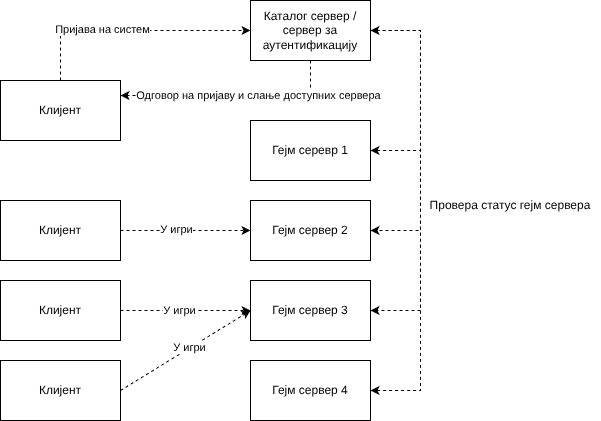
This is slike/katalog_server.png from aleksaaaa02/bachelor-thesis, a draw.io export, as it was before one commit. Source tidied: cells renumbered, new cells last; positions are measured from the earlier drawing's top-left corner, leaving out a move shared by most shapes. Source of this version:
```xml
<mxGraphModel>
  <root>
    <mxCell id="0" />
    <mxCell id="1" parent="0" />
    <mxCell id="2" style="edgeStyle=orthogonalEdgeStyle;rounded=0;jettySize=auto;html=1;exitX=0.5;exitY=0;exitDx=0;exitDy=0;entryX=0;entryY=0.5;entryDx=0;entryDy=0;dashed=1;" parent="1" edge="1" source="4" target="11">
      <mxGeometry relative="1" as="geometry" />
    </mxCell>
    <mxCell id="3" value="Пријава на систем" style="edgeLabel;html=1;align=center;verticalAlign=middle;" parent="2" vertex="1">
      <mxGeometry x="-0.24" y="2" relative="1" as="geometry" />
    </mxCell>
    <mxCell id="4" value="Клијент" style="rounded=0;whiteSpace=wrap;html=1;" parent="1" vertex="1">
      <mxGeometry y="80" width="120" height="60" as="geometry" />
    </mxCell>
    <mxCell id="5" style="edgeStyle=orthogonalEdgeStyle;rounded=0;jettySize=auto;html=1;exitX=1;exitY=0.5;exitDx=0;exitDy=0;entryX=1;entryY=0.5;entryDx=0;entryDy=0;startArrow=classic;startFill=1;dashed=1;" parent="1" edge="1" source="11" target="12">
      <mxGeometry relative="1" as="geometry">
        <Array as="points">
          <mxPoint x="420" y="30" />
          <mxPoint x="420" y="150" />
        </Array>
      </mxGeometry>
    </mxCell>
    <mxCell id="6" style="edgeStyle=orthogonalEdgeStyle;rounded=0;jettySize=auto;html=1;exitX=1;exitY=0.5;exitDx=0;exitDy=0;entryX=1;entryY=0.5;entryDx=0;entryDy=0;dashed=1;" parent="1" edge="1" source="11" target="13">
      <mxGeometry relative="1" as="geometry">
        <Array as="points">
          <mxPoint x="420" y="30" />
          <mxPoint x="420" y="230" />
        </Array>
      </mxGeometry>
    </mxCell>
    <mxCell id="7" style="edgeStyle=orthogonalEdgeStyle;rounded=0;jettySize=auto;html=1;exitX=1;exitY=0.5;exitDx=0;exitDy=0;entryX=1;entryY=0.5;entryDx=0;entryDy=0;dashed=1;" parent="1" edge="1" source="11" target="14">
      <mxGeometry relative="1" as="geometry">
        <Array as="points">
          <mxPoint x="420" y="30" />
          <mxPoint x="420" y="310" />
        </Array>
      </mxGeometry>
    </mxCell>
    <mxCell id="8" style="edgeStyle=orthogonalEdgeStyle;rounded=0;jettySize=auto;html=1;exitX=1;exitY=0.5;exitDx=0;exitDy=0;entryX=1;entryY=0.5;entryDx=0;entryDy=0;startArrow=classic;startFill=1;dashed=1;" parent="1" edge="1" source="11" target="15">
      <mxGeometry relative="1" as="geometry">
        <Array as="points">
          <mxPoint x="420" y="30" />
          <mxPoint x="420" y="390" />
        </Array>
      </mxGeometry>
    </mxCell>
    <mxCell id="9" style="edgeStyle=orthogonalEdgeStyle;rounded=0;jettySize=auto;html=1;exitX=0.5;exitY=1;exitDx=0;exitDy=0;entryX=1;entryY=0.25;entryDx=0;entryDy=0;dashed=1;" parent="1" edge="1" source="11" target="4">
      <mxGeometry relative="1" as="geometry" />
    </mxCell>
    <mxCell id="10" value="Одговор на пријаву и слање доступних сервера" style="edgeLabel;html=1;align=center;verticalAlign=middle;" parent="9" vertex="1">
      <mxGeometry x="-0.22" y="-1" relative="1" as="geometry" />
    </mxCell>
    <mxCell id="11" value="Каталог сервер / сервер за аутентификацију" style="rounded=0;whiteSpace=wrap;html=1;" parent="1" vertex="1">
      <mxGeometry x="250" width="120" height="60" as="geometry" />
    </mxCell>
    <mxCell id="12" value="Гејм серевр 1" style="rounded=0;whiteSpace=wrap;html=1;" parent="1" vertex="1">
      <mxGeometry x="250" y="120" width="120" height="60" as="geometry" />
    </mxCell>
    <mxCell id="13" value="Гејм сервер 2" style="rounded=0;whiteSpace=wrap;html=1;" parent="1" vertex="1">
      <mxGeometry x="250" y="200" width="120" height="60" as="geometry" />
    </mxCell>
    <mxCell id="14" value="Гејм сервер 3" style="rounded=0;whiteSpace=wrap;html=1;" parent="1" vertex="1">
      <mxGeometry x="250" y="280" width="120" height="60" as="geometry" />
    </mxCell>
    <mxCell id="15" value="Гејм сервер 4" style="rounded=0;whiteSpace=wrap;html=1;" parent="1" vertex="1">
      <mxGeometry x="250" y="360" width="120" height="60" as="geometry" />
    </mxCell>
    <mxCell id="16" style="edgeStyle=orthogonalEdgeStyle;rounded=0;jettySize=auto;html=1;exitX=1;exitY=0.5;exitDx=0;exitDy=0;entryX=0;entryY=0.5;entryDx=0;entryDy=0;dashed=1;" parent="1" edge="1" source="18" target="13">
      <mxGeometry relative="1" as="geometry" />
    </mxCell>
    <mxCell id="17" value="У игри" style="edgeLabel;html=1;align=center;verticalAlign=middle;" parent="16" vertex="1">
      <mxGeometry x="-0.15" y="2" relative="1" as="geometry" />
    </mxCell>
    <mxCell id="18" value="Клијент" style="rounded=0;whiteSpace=wrap;html=1;" parent="1" vertex="1">
      <mxGeometry y="200" width="120" height="60" as="geometry" />
    </mxCell>
    <mxCell id="19" style="edgeStyle=orthogonalEdgeStyle;rounded=0;jettySize=auto;html=1;exitX=1;exitY=0.5;exitDx=0;exitDy=0;entryX=0;entryY=0.5;entryDx=0;entryDy=0;dashed=1;" parent="1" edge="1" source="21" target="14">
      <mxGeometry relative="1" as="geometry" />
    </mxCell>
    <mxCell id="20" value="У игри" style="edgeLabel;html=1;align=center;verticalAlign=middle;" parent="19" vertex="1">
      <mxGeometry x="-0.11" y="1" relative="1" as="geometry" />
    </mxCell>
    <mxCell id="21" value="Клијент" style="rounded=0;whiteSpace=wrap;html=1;" parent="1" vertex="1">
      <mxGeometry y="280" width="120" height="60" as="geometry" />
    </mxCell>
    <mxCell id="22" style="rounded=0;jettySize=auto;html=1;exitX=1;exitY=0.5;exitDx=0;exitDy=0;dashed=1;" parent="1" edge="1" source="24">
      <mxGeometry relative="1" as="geometry">
        <mxPoint x="250" y="310" as="targetPoint" />
      </mxGeometry>
    </mxCell>
    <mxCell id="23" value="У игри" style="edgeLabel;html=1;align=center;verticalAlign=middle;" parent="22" vertex="1">
      <mxGeometry x="0.07" relative="1" as="geometry">
        <mxPoint y="-1" as="offset" />
      </mxGeometry>
    </mxCell>
    <mxCell id="24" value="Клијент" style="rounded=0;whiteSpace=wrap;html=1;" parent="1" vertex="1">
      <mxGeometry y="360" width="120" height="60" as="geometry" />
    </mxCell>
    <mxCell id="25" value="Провера статус гејм сервера" style="text;html=1;whiteSpace=wrap;strokeColor=none;fillColor=none;align=center;verticalAlign=middle;rounded=0;" parent="1" vertex="1">
      <mxGeometry x="420" y="190" width="180" height="30" as="geometry" />
    </mxCell>
  </root>
</mxGraphModel>
```
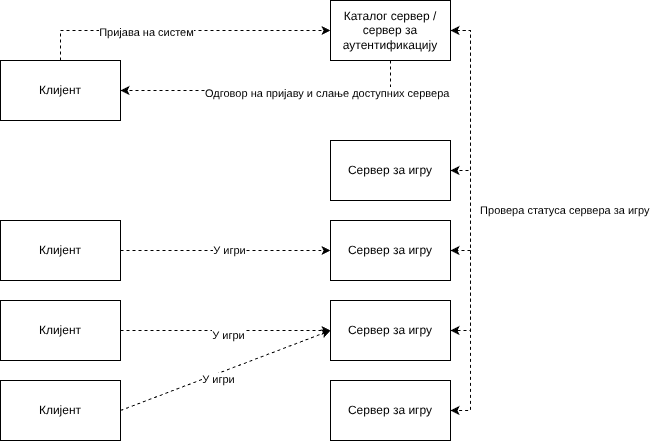
The same file after the commit.

What changed in the source:
```diff
@@ -2,101 +2,77 @@
   <root>
     <mxCell id="0" />
     <mxCell id="1" parent="0" />
-    <mxCell id="2" style="edgeStyle=orthogonalEdgeStyle;rounded=0;jettySize=auto;html=1;exitX=0.5;exitY=0;exitDx=0;exitDy=0;entryX=0;entryY=0.5;entryDx=0;entryDy=0;dashed=1;" parent="1" edge="1" source="4" target="11">
-      <mxGeometry relative="1" as="geometry" />
-    </mxCell>
+    <mxCell id="26" style="edgeStyle=orthogonalEdgeStyle;rounded=0;jettySize=auto;html=1;exitX=0.5;exitY=0;exitDx=0;exitDy=0;entryX=0;entryY=0.5;entryDx=0;entryDy=0;dashed=1;" parent="1" edge="1" source="27" target="11">
+      <mxGeometry relative="1" as="geometry" />
+    </mxCell>
-    <mxCell id="3" value="Пријава на систем" style="edgeLabel;html=1;align=center;verticalAlign=middle;" parent="2" vertex="1">
-      <mxGeometry x="-0.24" y="2" relative="1" as="geometry" />
+    <mxCell id="3" value="Пријава на систем" style="edgeLabel;html=1;align=center;verticalAlign=middle;" parent="26" vertex="1">
+      <mxGeometry x="-0.24" y="-1" relative="1" as="geometry" />
     </mxCell>
-    <mxCell id="4" value="Клијент" style="rounded=0;whiteSpace=wrap;html=1;" parent="1" vertex="1">
-      <mxGeometry y="80" width="120" height="60" as="geometry" />
-    </mxCell>
-    <mxCell id="5" style="edgeStyle=orthogonalEdgeStyle;rounded=0;jettySize=auto;html=1;exitX=1;exitY=0.5;exitDx=0;exitDy=0;entryX=1;entryY=0.5;entryDx=0;entryDy=0;startArrow=classic;startFill=1;dashed=1;" parent="1" edge="1" source="11" target="12">
-      <mxGeometry relative="1" as="geometry">
-        <Array as="points">
-          <mxPoint x="420" y="30" />
-          <mxPoint x="420" y="150" />
-        </Array>
-      </mxGeometry>
-    </mxCell>
-    <mxCell id="6" style="edgeStyle=orthogonalEdgeStyle;rounded=0;jettySize=auto;html=1;exitX=1;exitY=0.5;exitDx=0;exitDy=0;entryX=1;entryY=0.5;entryDx=0;entryDy=0;dashed=1;" parent="1" edge="1" source="11" target="13">
-      <mxGeometry relative="1" as="geometry">
-        <Array as="points">
-          <mxPoint x="420" y="30" />
-          <mxPoint x="420" y="230" />
-        </Array>
-      </mxGeometry>
-    </mxCell>
-    <mxCell id="7" style="edgeStyle=orthogonalEdgeStyle;rounded=0;jettySize=auto;html=1;exitX=1;exitY=0.5;exitDx=0;exitDy=0;entryX=1;entryY=0.5;entryDx=0;entryDy=0;dashed=1;" parent="1" edge="1" source="11" target="14">
-      <mxGeometry relative="1" as="geometry">
-        <Array as="points">
-          <mxPoint x="420" y="30" />
-          <mxPoint x="420" y="310" />
-        </Array>
-      </mxGeometry>
-    </mxCell>
-    <mxCell id="8" style="edgeStyle=orthogonalEdgeStyle;rounded=0;jettySize=auto;html=1;exitX=1;exitY=0.5;exitDx=0;exitDy=0;entryX=1;entryY=0.5;entryDx=0;entryDy=0;startArrow=classic;startFill=1;dashed=1;" parent="1" edge="1" source="11" target="15">
-      <mxGeometry relative="1" as="geometry">
-        <Array as="points">
-          <mxPoint x="420" y="30" />
-          <mxPoint x="420" y="390" />
-        </Array>
-      </mxGeometry>
-    </mxCell>
-    <mxCell id="9" style="edgeStyle=orthogonalEdgeStyle;rounded=0;jettySize=auto;html=1;exitX=0.5;exitY=1;exitDx=0;exitDy=0;entryX=1;entryY=0.25;entryDx=0;entryDy=0;dashed=1;" parent="1" edge="1" source="11" target="4">
-      <mxGeometry relative="1" as="geometry" />
-    </mxCell>
+    <mxCell id="27" value="Клијент" style="rounded=0;whiteSpace=wrap;html=1;" parent="1" vertex="1">
+      <mxGeometry x="-80" y="60" width="120" height="60" as="geometry" />
+    </mxCell>
+    <mxCell id="28" style="edgeStyle=orthogonalEdgeStyle;rounded=0;jettySize=auto;html=1;exitX=1;exitY=0.5;exitDx=0;exitDy=0;entryX=1;entryY=0.5;entryDx=0;entryDy=0;dashed=1;" parent="1" edge="1" source="11" target="34">
+      <mxGeometry relative="1" as="geometry" />
+    </mxCell>
+    <mxCell id="29" style="edgeStyle=orthogonalEdgeStyle;rounded=0;jettySize=auto;html=1;exitX=1;exitY=0.5;exitDx=0;exitDy=0;entryX=1;entryY=0.5;entryDx=0;entryDy=0;dashed=1;" parent="1" edge="1" source="11" target="44">
+      <mxGeometry relative="1" as="geometry" />
+    </mxCell>
+    <mxCell id="30" style="edgeStyle=orthogonalEdgeStyle;rounded=0;jettySize=auto;html=1;exitX=1;exitY=0.5;exitDx=0;exitDy=0;entryX=1;entryY=0.5;entryDx=0;entryDy=0;dashed=1;" parent="1" edge="1" source="11" target="46">
+      <mxGeometry relative="1" as="geometry" />
+    </mxCell>
+    <mxCell id="31" style="edgeStyle=orthogonalEdgeStyle;rounded=0;jettySize=auto;html=1;exitX=1;exitY=0.5;exitDx=0;exitDy=0;entryX=1;entryY=0.5;entryDx=0;entryDy=0;startArrow=classic;startFill=1;dashed=1;" parent="1" edge="1" source="11" target="45">
+      <mxGeometry relative="1" as="geometry" />
+    </mxCell>
+    <mxCell id="32" value="&amp;nbsp; Провера статуса сервера за игру" style="edgeLabel;html=1;align=left;verticalAlign=middle;" parent="31" vertex="1">
+      <mxGeometry x="-0.05" y="2" relative="1" as="geometry" />
+    </mxCell>
+    <mxCell id="33" style="edgeStyle=orthogonalEdgeStyle;rounded=0;jettySize=auto;html=1;exitX=0.5;exitY=1;exitDx=0;exitDy=0;entryX=1;entryY=0.5;entryDx=0;entryDy=0;dashed=1;" parent="1" edge="1" source="11" target="27">
+      <mxGeometry relative="1" as="geometry" />
+    </mxCell>
-    <mxCell id="10" value="Одговор на пријаву и слање доступних сервера" style="edgeLabel;html=1;align=center;verticalAlign=middle;" parent="9" vertex="1">
-      <mxGeometry x="-0.22" y="-1" relative="1" as="geometry" />
+    <mxCell id="10" value="Одговор на пријаву и слање доступних сервера" style="edgeLabel;html=1;align=left;verticalAlign=middle;" parent="33" vertex="1">
+      <mxGeometry x="0.45" y="2" relative="1" as="geometry" />
     </mxCell>
     <mxCell id="11" value="Каталог сервер / сервер за аутентификацију" style="rounded=0;whiteSpace=wrap;html=1;" parent="1" vertex="1">
       <mxGeometry x="250" width="120" height="60" as="geometry" />
     </mxCell>
-    <mxCell id="12" value="Гејм серевр 1" style="rounded=0;whiteSpace=wrap;html=1;" parent="1" vertex="1">
-      <mxGeometry x="250" y="120" width="120" height="60" as="geometry" />
-    </mxCell>
-    <mxCell id="13" value="Гејм сервер 2" style="rounded=0;whiteSpace=wrap;html=1;" parent="1" vertex="1">
-      <mxGeometry x="250" y="200" width="120" height="60" as="geometry" />
-    </mxCell>
-    <mxCell id="14" value="Гејм сервер 3" style="rounded=0;whiteSpace=wrap;html=1;" parent="1" vertex="1">
-      <mxGeometry x="250" y="280" width="120" height="60" as="geometry" />
-    </mxCell>
-    <mxCell id="15" value="Гејм сервер 4" style="rounded=0;whiteSpace=wrap;html=1;" parent="1" vertex="1">
-      <mxGeometry x="250" y="360" width="120" height="60" as="geometry" />
-    </mxCell>
-    <mxCell id="16" style="edgeStyle=orthogonalEdgeStyle;rounded=0;jettySize=auto;html=1;exitX=1;exitY=0.5;exitDx=0;exitDy=0;entryX=0;entryY=0.5;entryDx=0;entryDy=0;dashed=1;" parent="1" edge="1" source="18" target="13">
-      <mxGeometry relative="1" as="geometry" />
-    </mxCell>
-    <mxCell id="17" value="У игри" style="edgeLabel;html=1;align=center;verticalAlign=middle;" parent="16" vertex="1">
-      <mxGeometry x="-0.15" y="2" relative="1" as="geometry" />
-    </mxCell>
-    <mxCell id="18" value="Клијент" style="rounded=0;whiteSpace=wrap;html=1;" parent="1" vertex="1">
-      <mxGeometry y="200" width="120" height="60" as="geometry" />
-    </mxCell>
-    <mxCell id="19" style="edgeStyle=orthogonalEdgeStyle;rounded=0;jettySize=auto;html=1;exitX=1;exitY=0.5;exitDx=0;exitDy=0;entryX=0;entryY=0.5;entryDx=0;entryDy=0;dashed=1;" parent="1" edge="1" source="21" target="14">
-      <mxGeometry relative="1" as="geometry" />
-    </mxCell>
-    <mxCell id="20" value="У игри" style="edgeLabel;html=1;align=center;verticalAlign=middle;" parent="19" vertex="1">
-      <mxGeometry x="-0.11" y="1" relative="1" as="geometry" />
-    </mxCell>
-    <mxCell id="21" value="Клијент" style="rounded=0;whiteSpace=wrap;html=1;" parent="1" vertex="1">
-      <mxGeometry y="280" width="120" height="60" as="geometry" />
-    </mxCell>
-    <mxCell id="22" style="rounded=0;jettySize=auto;html=1;exitX=1;exitY=0.5;exitDx=0;exitDy=0;dashed=1;" parent="1" edge="1" source="24">
-      <mxGeometry relative="1" as="geometry">
-        <mxPoint x="250" y="310" as="targetPoint" />
-      </mxGeometry>
-    </mxCell>
-    <mxCell id="23" value="У игри" style="edgeLabel;html=1;align=center;verticalAlign=middle;" parent="22" vertex="1">
-      <mxGeometry x="0.07" relative="1" as="geometry">
-        <mxPoint y="-1" as="offset" />
-      </mxGeometry>
-    </mxCell>
-    <mxCell id="24" value="Клијент" style="rounded=0;whiteSpace=wrap;html=1;" parent="1" vertex="1">
-      <mxGeometry y="360" width="120" height="60" as="geometry" />
-    </mxCell>
-    <mxCell id="25" value="Провера статус гејм сервера" style="text;html=1;whiteSpace=wrap;strokeColor=none;fillColor=none;align=center;verticalAlign=middle;rounded=0;" parent="1" vertex="1">
-      <mxGeometry x="420" y="190" width="180" height="30" as="geometry" />
-    </mxCell>
+    <mxCell id="34" value="Сервер за игру" style="rounded=0;whiteSpace=wrap;html=1;" parent="1" vertex="1">
+      <mxGeometry x="250" y="140" width="120" height="60" as="geometry" />
+    </mxCell>
+    <mxCell id="35" style="rounded=0;jettySize=auto;html=1;exitX=1;exitY=0.5;exitDx=0;exitDy=0;entryX=0;entryY=0.5;entryDx=0;entryDy=0;dashed=1;" parent="1" edge="1" source="37" target="46">
+      <mxGeometry relative="1" as="geometry" />
+    </mxCell>
+    <mxCell id="36" value="У игри" style="edgeLabel;html=1;align=center;verticalAlign=middle;" parent="35" vertex="1">
+      <mxGeometry x="-0.09" y="-5" relative="1" as="geometry" />
+    </mxCell>
+    <mxCell id="37" value="Клијент" style="rounded=0;whiteSpace=wrap;html=1;" parent="1" vertex="1">
+      <mxGeometry x="-80" y="380" width="120" height="60" as="geometry" />
+    </mxCell>
+    <mxCell id="38" style="rounded=0;jettySize=auto;html=1;exitX=1;exitY=0.5;exitDx=0;exitDy=0;entryX=0;entryY=0.5;entryDx=0;entryDy=0;dashed=1;" parent="1" edge="1" source="40" target="46">
+      <mxGeometry relative="1" as="geometry" />
+    </mxCell>
+    <mxCell id="39" value="У игри" style="edgeLabel;html=1;align=center;verticalAlign=middle;" parent="38" vertex="1">
+      <mxGeometry x="0.02" y="-4" relative="1" as="geometry" />
+    </mxCell>
+    <mxCell id="40" value="Клијент" style="rounded=0;whiteSpace=wrap;html=1;" parent="1" vertex="1">
+      <mxGeometry x="-80" y="300" width="120" height="60" as="geometry" />
+    </mxCell>
+    <mxCell id="41" style="rounded=0;jettySize=auto;html=1;exitX=1;exitY=0.5;exitDx=0;exitDy=0;entryX=0;entryY=0.5;entryDx=0;entryDy=0;dashed=1;" parent="1" edge="1" source="43" target="44">
+      <mxGeometry relative="1" as="geometry" />
+    </mxCell>
+    <mxCell id="42" value="У игри" style="edgeLabel;html=1;align=center;verticalAlign=middle;" parent="41" vertex="1">
+      <mxGeometry x="0.03" y="1" relative="1" as="geometry" />
+    </mxCell>
+    <mxCell id="43" value="Клијент" style="rounded=0;whiteSpace=wrap;html=1;" parent="1" vertex="1">
+      <mxGeometry x="-80" y="220" width="120" height="60" as="geometry" />
+    </mxCell>
+    <mxCell id="44" value="Сервер за игру" style="rounded=0;whiteSpace=wrap;html=1;" parent="1" vertex="1">
+      <mxGeometry x="250" y="220" width="120" height="60" as="geometry" />
+    </mxCell>
+    <mxCell id="45" value="Сервер за игру" style="rounded=0;whiteSpace=wrap;html=1;" parent="1" vertex="1">
+      <mxGeometry x="250" y="380" width="120" height="60" as="geometry" />
+    </mxCell>
+    <mxCell id="46" value="Сервер за игру" style="rounded=0;whiteSpace=wrap;html=1;" parent="1" vertex="1">
+      <mxGeometry x="250" y="300" width="120" height="60" as="geometry" />
+    </mxCell>
   </root>
 </mxGraphModel>
```
